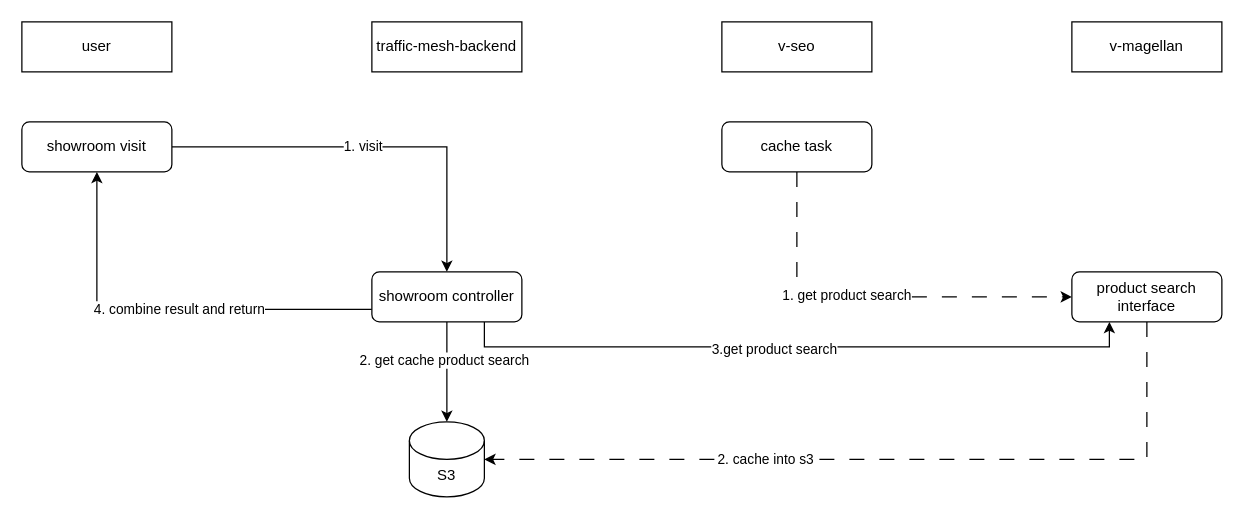
Before: drawio/showroom_cache.drawio in VisableHarry/seo-drawio, a draw.io diagram. Source tidied: cells renumbered, new cells numbered last; positions are measured from the earlier drawing's top-left corner, leaving out a move shared by most shapes. Both pictures are drawn from the tidied source at 125%, with x=0, y=0 at pixel (21, 21).
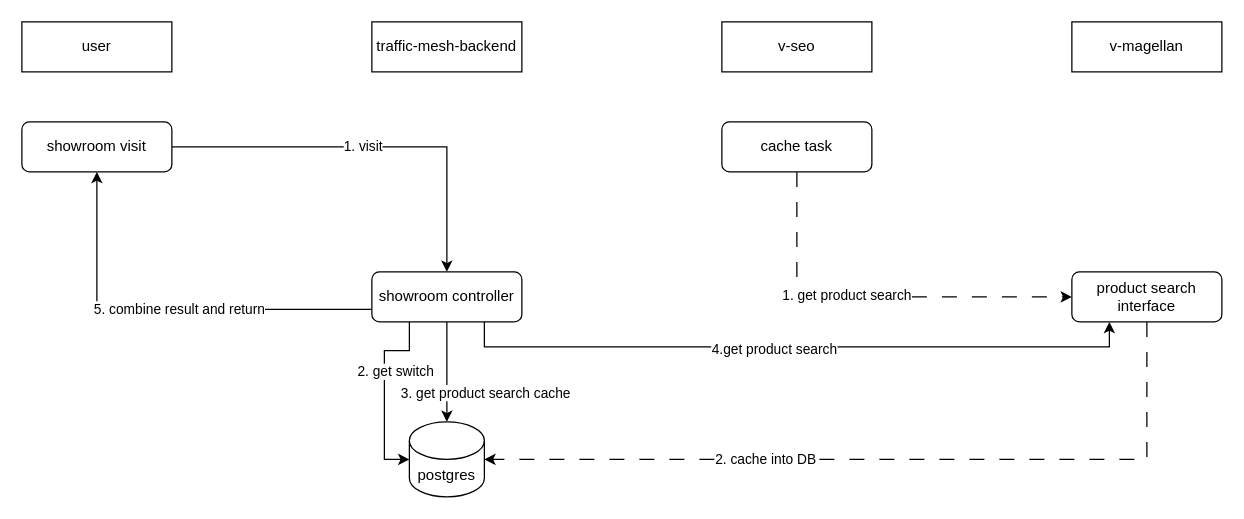
The same diagram, later.

Unchanged cells that the change refers to:
```xml
<mxCell id="7" style="edgeStyle=orthogonalEdgeStyle;rounded=0;jettySize=auto;html=1;exitX=0.75;exitY=1;exitDx=0;exitDy=0;entryX=0.25;entryY=1;entryDx=0;entryDy=0;" parent="1" edge="1" source="11" target="17">
  <mxGeometry relative="1" as="geometry" />
</mxCell>
<mxCell id="9" style="edgeStyle=orthogonalEdgeStyle;rounded=0;jettySize=auto;html=1;exitX=0;exitY=0.75;exitDx=0;exitDy=0;entryX=0.5;entryY=1;entryDx=0;entryDy=0;" parent="1" edge="1" source="11" target="22">
  <mxGeometry relative="1" as="geometry" />
</mxCell>
<mxCell id="11" value="showroom controller" style="rounded=1;whiteSpace=wrap;html=1;" parent="1" vertex="1">
  <mxGeometry x="280" y="200" width="120" height="40" as="geometry" />
</mxCell>
<mxCell id="15" style="edgeStyle=orthogonalEdgeStyle;rounded=0;jettySize=auto;html=1;exitX=0.5;exitY=1;exitDx=0;exitDy=0;dashed=1;dashPattern=12 12;entryX=1;entryY=0.5;entryDx=0;entryDy=0;entryPerimeter=0;" parent="1" edge="1" source="17" target="2">
  <mxGeometry relative="1" as="geometry">
    <Array as="points">
      <mxPoint x="900" y="350" />
    </Array>
  </mxGeometry>
</mxCell>
```

Diff of the diagram source:
```diff
@@
-    <mxCell id="2" value="S3" style="shape=cylinder3;whiteSpace=wrap;html=1;boundedLbl=1;backgroundOutline=1;size=15;" parent="1" vertex="1">
+    <mxCell id="2" value="postgres" style="shape=cylinder3;whiteSpace=wrap;html=1;boundedLbl=1;backgroundOutline=1;size=15;" parent="1" vertex="1">
       <mxGeometry x="310" y="320" width="60" height="60" as="geometry" />
     </mxCell>
@@
-    <mxCell id="5" style="edgeStyle=orthogonalEdgeStyle;rounded=0;jettySize=auto;html=1;exitX=0.5;exitY=1;exitDx=0;exitDy=0;" parent="1" edge="1" source="11" target="2">
-      <mxGeometry relative="1" as="geometry" />
+    <mxCell id="5" style="edgeStyle=orthogonalEdgeStyle;rounded=0;jettySize=auto;html=1;exitX=0.25;exitY=1;exitDx=0;exitDy=0;entryX=0;entryY=0.5;entryDx=0;entryDy=0;entryPerimeter=0;" parent="1" edge="1" source="11" target="2">
+      <mxGeometry relative="1" as="geometry">
+        <Array as="points">
+          <mxPoint x="310" y="263" />
+          <mxPoint x="290" y="263" />
+          <mxPoint x="290" y="350" />
+        </Array>
+      </mxGeometry>
     </mxCell>
-    <mxCell id="6" value="2. get cache product search" style="edgeLabel;html=1;align=center;verticalAlign=middle;" parent="5" vertex="1">
-      <mxGeometry x="-0.24" y="-3" relative="1" as="geometry" />
+    <mxCell id="6" value="2. get switch" style="edgeLabel;html=1;align=center;verticalAlign=middle;" parent="5" vertex="1">
+      <mxGeometry x="-0.24" y="-3" relative="1" as="geometry">
+        <mxPoint x="11" y="2" as="offset" />
+      </mxGeometry>
     </mxCell>
@@
-    <mxCell id="8" value="3.get product search" style="edgeLabel;html=1;align=center;verticalAlign=middle;" parent="7" vertex="1">
+    <mxCell id="8" value="4.get product search" style="edgeLabel;html=1;align=center;verticalAlign=middle;" parent="7" vertex="1">
       <mxGeometry x="-0.07" relative="1" as="geometry">
         <mxPoint y="1" as="offset" />
       </mxGeometry>
     </mxCell>
@@
-    <mxCell id="10" value="4. combine result and return" style="edgeLabel;html=1;align=center;verticalAlign=middle;" parent="9" vertex="1">
+    <mxCell id="10" value="5. combine result and return" style="edgeLabel;html=1;align=center;verticalAlign=middle;" parent="9" vertex="1">
       <mxGeometry x="-0.06" y="-1" relative="1" as="geometry" />
     </mxCell>
+    <mxCell id="23" style="edgeStyle=orthogonalEdgeStyle;rounded=0;jettySize=auto;html=1;exitX=0.5;exitY=1;exitDx=0;exitDy=0;" parent="1" edge="1" source="11" target="2">
+      <mxGeometry relative="1" as="geometry" />
+    </mxCell>
+    <mxCell id="24" value="3. get product search cache" style="edgeLabel;html=1;align=center;verticalAlign=middle;" parent="23" vertex="1">
+      <mxGeometry x="0.23" y="2" relative="1" as="geometry">
+        <mxPoint x="28" y="7" as="offset" />
+      </mxGeometry>
+    </mxCell>
@@
-    <mxCell id="16" value="2. cache into s3" style="edgeLabel;html=1;align=center;verticalAlign=middle;" parent="15" vertex="1">
+    <mxCell id="16" value="2. cache into DB" style="edgeLabel;html=1;align=center;verticalAlign=middle;" parent="15" vertex="1">
       <mxGeometry x="0.3" y="-1" relative="1" as="geometry" />
     </mxCell>
```
